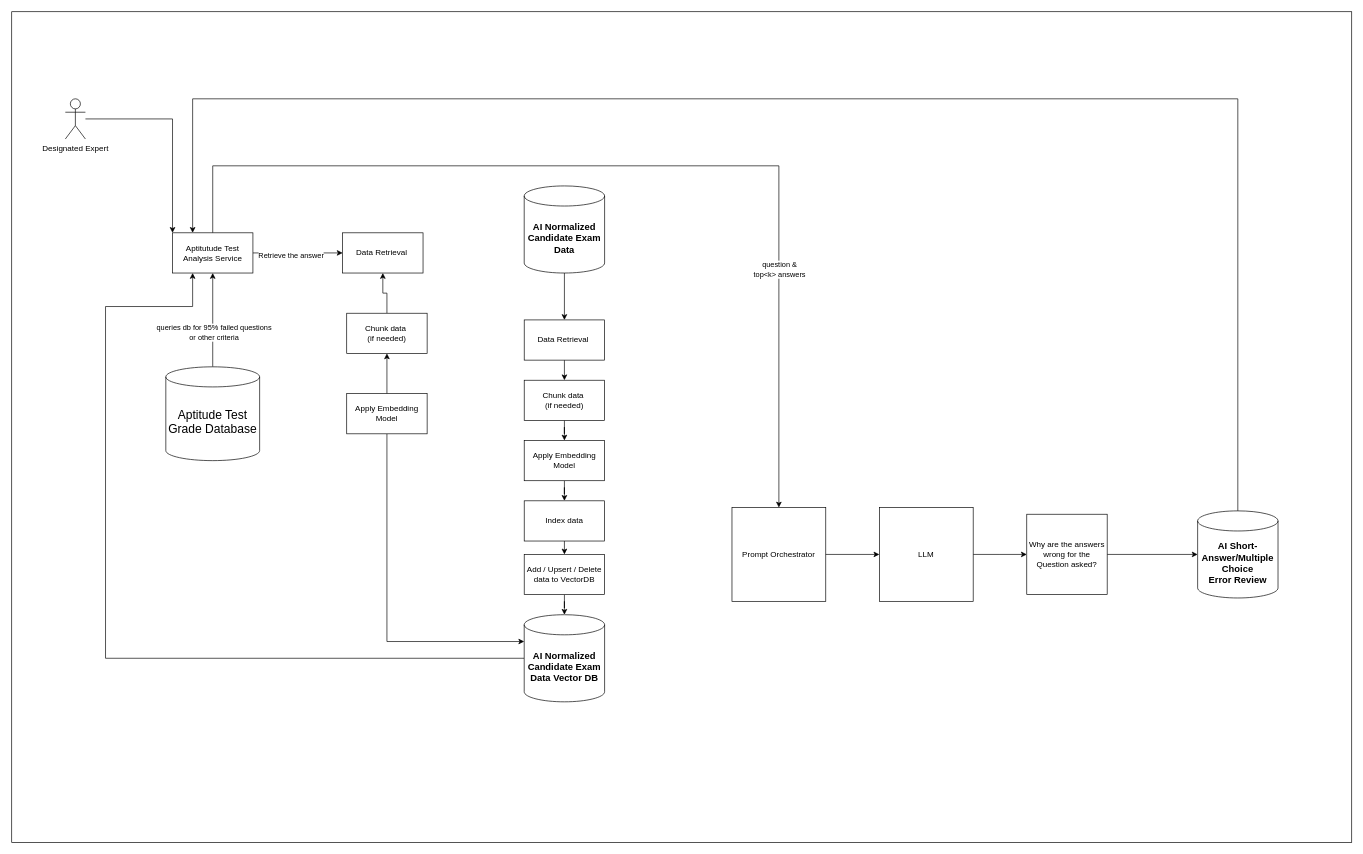
Earlier version of the draw.io diagram diagrams/admin-bad-question-review-ai.drawio (mmat1/skynet-ai-2025). Source tidied: cells renumbered, new cells numbered last; positions are measured from the earlier drawing's top-left corner, leaving out a move shared by most shapes. Both pictures are drawn from the tidied source at 67%, with x=0, y=0 at pixel (11, 11).
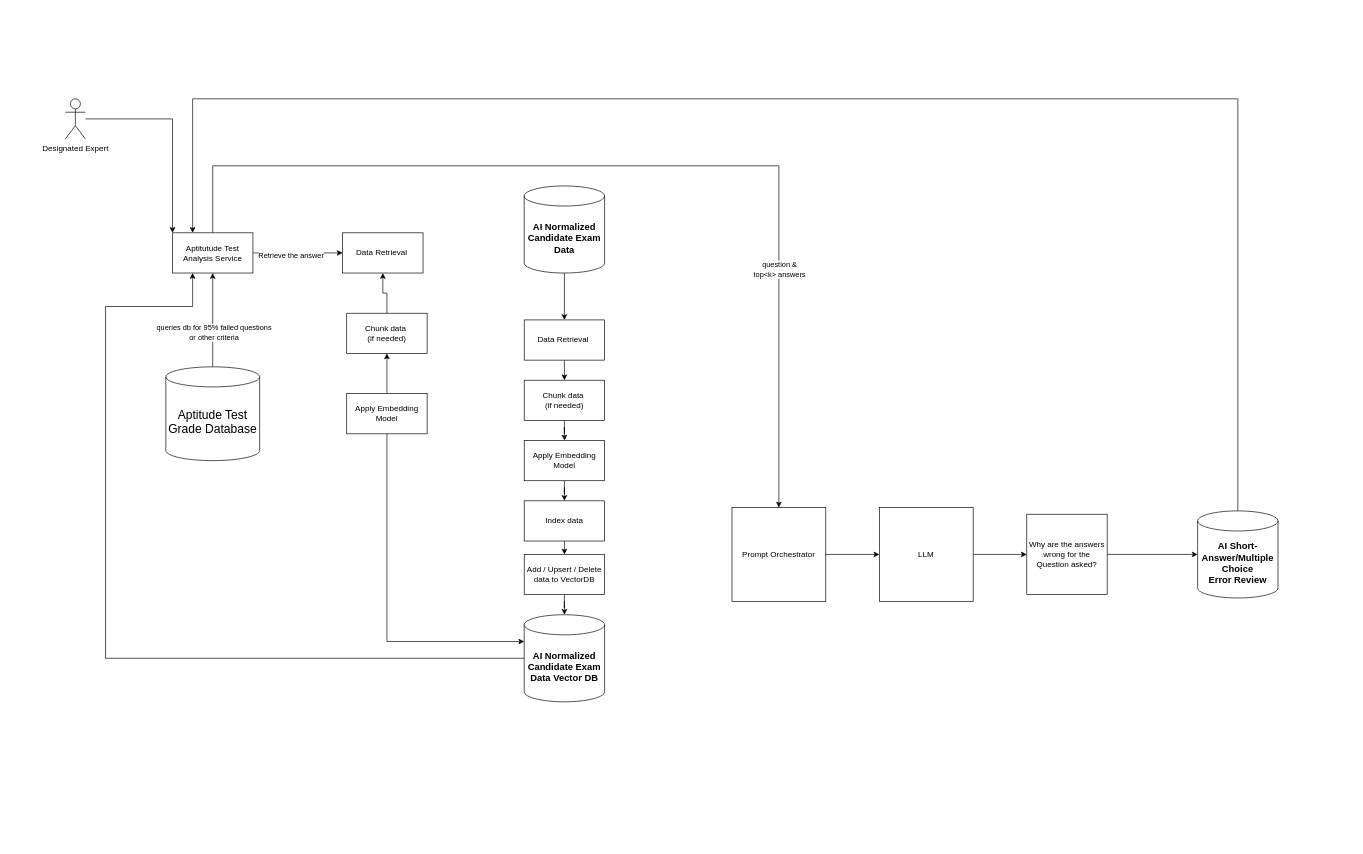
The same page after the edit.

What changed in the source:
```diff
@@
-    <mxCell id="2" style="rounded=0;whiteSpace=wrap;html=1;" parent="1" vertex="1">
-      <mxGeometry width="2000" height="1240" as="geometry" />
-    </mxCell>
```
